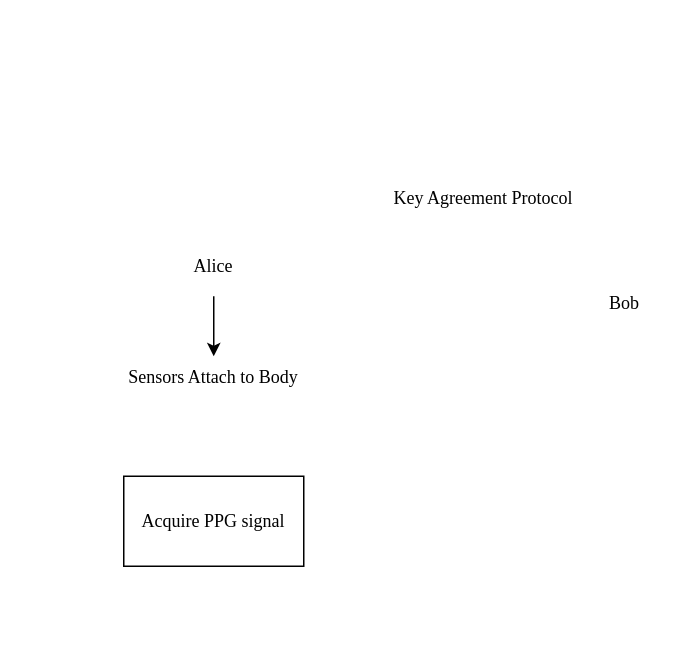
The draw.io diagram Keyagree.drawio in NasTul/Diagrams, before the edit. Source tidied: cells renumbered, new cells numbered last; positions are measured from the earlier drawing's top-left corner, leaving out a move shared by most shapes. Both pictures are drawn from the tidied source at 150%, with x=0, y=0 at pixel (100, 176).
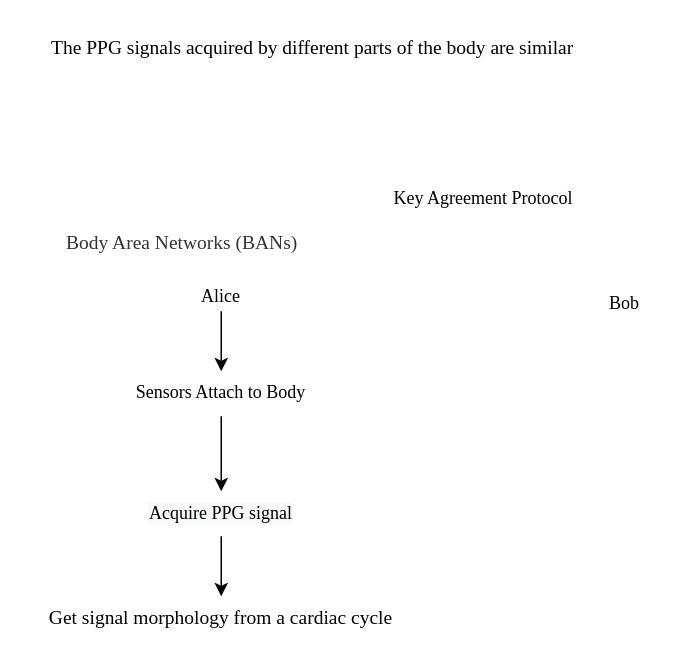
The same diagram, later.

Change to the diagram source:
```diff
@@
 <mxGraphModel>
   <root>
     <mxCell id="0" />
     <mxCell id="1" parent="0" />
-    <mxCell id="2" value="Acquire PPG signal" style="rounded=0;whiteSpace=wrap;html=1;fontFamily=Times New Roman;" parent="1" vertex="1">
-      <mxGeometry x="15" y="200" width="120" height="60" as="geometry" />
-    </mxCell>
     <mxCell id="3" style="edgeStyle=orthogonalEdgeStyle;rounded=0;jettySize=auto;html=1;fontFamily=Times New Roman;" parent="1" edge="1" source="4" target="7">
       <mxGeometry relative="1" as="geometry" />
     </mxCell>
     <mxCell id="4" value="Alice" style="text;html=1;strokeColor=none;fillColor=none;align=center;verticalAlign=middle;whiteSpace=wrap;rounded=0;fontFamily=Times New Roman;" parent="1" vertex="1">
-      <mxGeometry x="45" y="40" width="60" height="40" as="geometry" />
+      <mxGeometry x="50" y="70" width="60" height="20" as="geometry" />
     </mxCell>
     <mxCell id="5" value="Bob" style="text;html=1;strokeColor=none;fillColor=none;align=center;verticalAlign=middle;whiteSpace=wrap;rounded=0;fontFamily=Times New Roman;" parent="1" vertex="1">
       <mxGeometry x="319" y="70" width="60" height="30" as="geometry" />
     </mxCell>
     <mxCell id="6" value="Key Agreement Protocol" style="text;html=1;strokeColor=none;fillColor=none;align=center;verticalAlign=middle;whiteSpace=wrap;rounded=0;fontFamily=Times New Roman;" parent="1" vertex="1">
       <mxGeometry x="145" width="220" height="30" as="geometry" />
     </mxCell>
+    <mxCell id="8" style="edgeStyle=orthogonalEdgeStyle;rounded=0;jettySize=auto;html=1;fontFamily=Times New Roman;" parent="1" edge="1" source="7" target="2">
+      <mxGeometry relative="1" as="geometry" />
+    </mxCell>
     <mxCell id="7" value="Sensors Attach to Body" style="text;whiteSpace=wrap;html=1;align=center;fontFamily=Times New Roman;" parent="1" vertex="1">
-      <mxGeometry y="120" width="150" height="30" as="geometry" />
+      <mxGeometry x="5" y="130" width="150" height="30" as="geometry" />
     </mxCell>
+    <mxCell id="9" value="&lt;span style=&quot;color: rgb(51, 51, 51); font-style: normal; font-variant-ligatures: normal; font-variant-caps: normal; font-weight: 400; letter-spacing: normal; orphans: 2; text-align: start; text-indent: 0px; text-transform: none; widows: 2; word-spacing: 0px; -webkit-text-stroke-width: 0px; background-color: rgb(255, 255, 255); text-decoration-thickness: initial; text-decoration-style: initial; text-decoration-color: initial; float: none; display: inline !important;&quot;&gt;&lt;font style=&quot;font-size: 13px;&quot;&gt;Body Area Networks (BANs)&lt;/font&gt;&lt;/span&gt;" style="text;whiteSpace=wrap;html=1;fontFamily=Times New Roman;" parent="1" vertex="1">
+      <mxGeometry x="-25" y="30" width="260" height="50" as="geometry" />
+    </mxCell>
+    <mxCell id="10" value="Get signal morphology from a cardiac cycle" style="text;whiteSpace=wrap;html=1;fontSize=13;fontFamily=Times New Roman;align=center;" parent="1" vertex="1">
+      <mxGeometry x="-50" y="280" width="260" height="30" as="geometry" />
+    </mxCell>
+    <mxCell id="11" style="edgeStyle=orthogonalEdgeStyle;rounded=0;jettySize=auto;html=1;entryX=0.5;entryY=0;entryDx=0;entryDy=0;fontFamily=Times New Roman;fontSize=13;" parent="1" edge="1" source="2" target="10">
+      <mxGeometry relative="1" as="geometry" />
+    </mxCell>
+    <mxCell id="2" value="&lt;span style=&quot;color: rgb(0, 0, 0); font-family: &amp;quot;Times New Roman&amp;quot;; font-size: 12px; font-style: normal; font-variant-ligatures: normal; font-variant-caps: normal; font-weight: 400; letter-spacing: normal; orphans: 2; text-indent: 0px; text-transform: none; widows: 2; word-spacing: 0px; -webkit-text-stroke-width: 0px; background-color: rgb(248, 249, 250); text-decoration-thickness: initial; text-decoration-style: initial; text-decoration-color: initial; float: none; display: inline !important;&quot;&gt;Acquire PPG signal&lt;/span&gt;" style="text;whiteSpace=wrap;html=1;fontSize=13;fontFamily=Times New Roman;align=center;" parent="1" vertex="1">
+      <mxGeometry x="15" y="210" width="130" height="30" as="geometry" />
+    </mxCell>
+    <mxCell id="12" value="The PPG signals acquired by different parts of the body are similar" style="text;whiteSpace=wrap;html=1;fontSize=13;fontFamily=Times New Roman;" parent="1" vertex="1">
+      <mxGeometry x="-35" y="-100" width="380" height="40" as="geometry" />
+    </mxCell>
   </root>
 </mxGraphModel>
```
